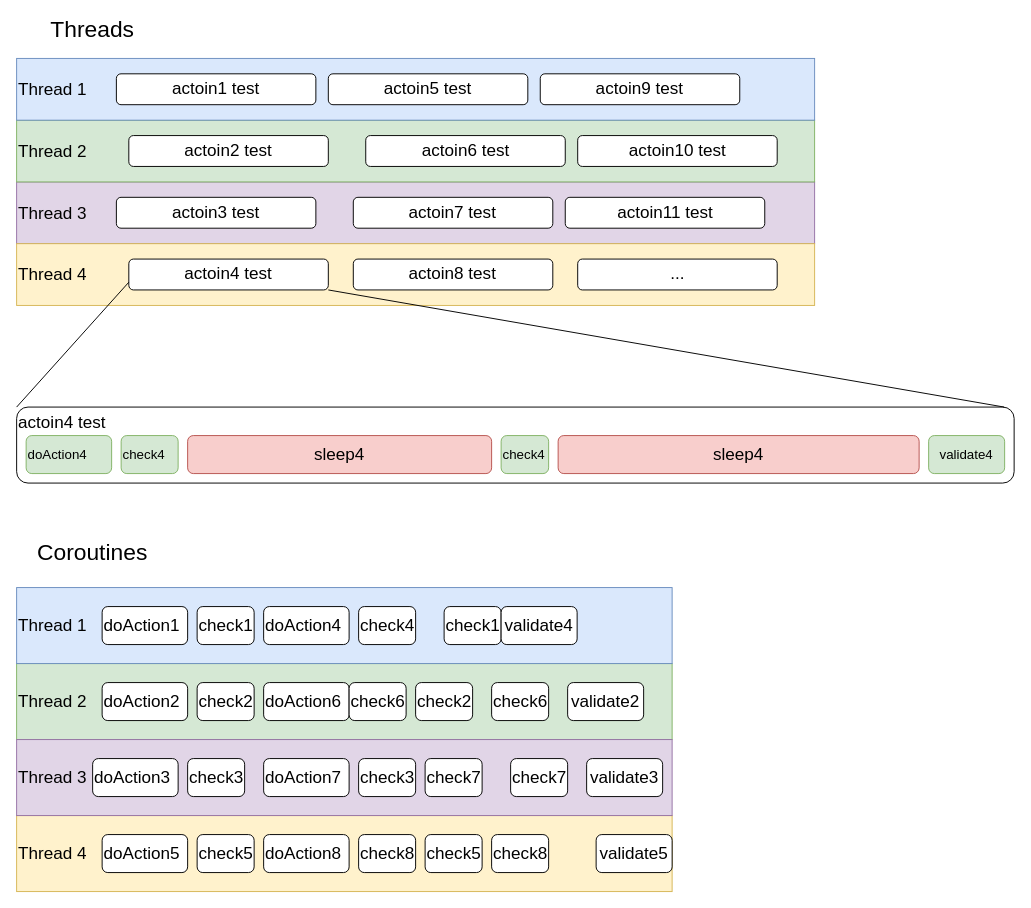
Before: page "threads" (1 of 2) of docs/thread-test.drawio in ru-fix/corounit, a draw.io diagram. Source tidied: cells renumbered, new cells numbered last; positions are measured from the earlier drawing's top-left corner, leaving out a move shared by most shapes. Both pictures are drawn from the tidied source at 95%, with x=0, y=0 at pixel (16, 20).
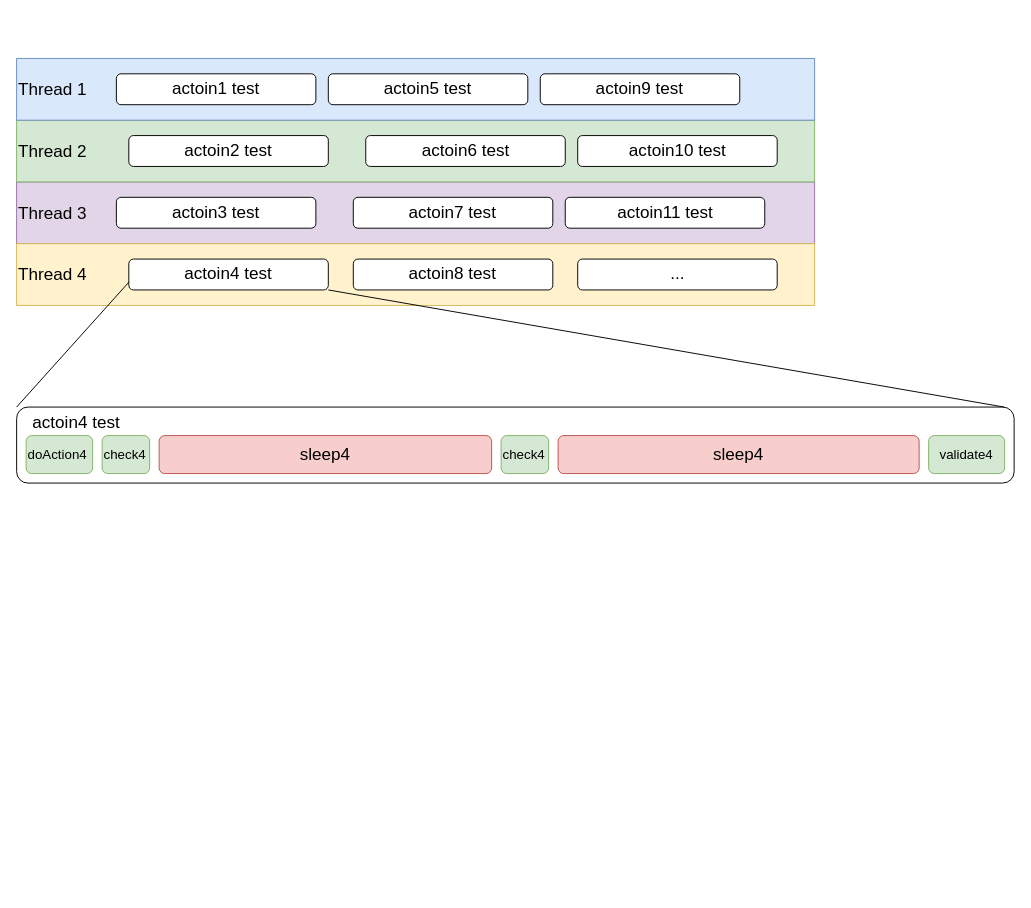
The same page after the edit.

What changed in the source:
```diff
@@
-    <mxCell id="2" value="actoin4 test" style="rounded=1;whiteSpace=wrap;html=1;fontSize=18;align=left;verticalAlign=top;" parent="1" vertex="1">
+    <mxCell id="2" value="&amp;nbsp; &amp;nbsp;actoin4 test" style="rounded=1;whiteSpace=wrap;html=1;fontSize=18;align=left;verticalAlign=top;" parent="1" vertex="1">
       <mxGeometry y="407" width="1050" height="80" as="geometry" />
     </mxCell>
     <mxCell id="3" value="doAction4" style="rounded=1;whiteSpace=wrap;html=1;fontSize=14;align=left;fillColor=#d5e8d4;strokeColor=#82b366;" parent="1" vertex="1">
-      <mxGeometry x="10" y="437" width="90" height="40" as="geometry" />
+      <mxGeometry x="10" y="437" width="70" height="40" as="geometry" />
     </mxCell>
     <mxCell id="4" value="check4" style="rounded=1;whiteSpace=wrap;html=1;fontSize=14;align=left;fillColor=#d5e8d4;strokeColor=#82b366;" parent="1" vertex="1">
-      <mxGeometry x="110" y="437" width="60" height="40" as="geometry" />
+      <mxGeometry x="90" y="437" width="50" height="40" as="geometry" />
     </mxCell>
     <mxCell id="5" value="sleep4" style="rounded=1;whiteSpace=wrap;html=1;fontSize=18;align=center;fillColor=#f8cecc;strokeColor=#b85450;" parent="1" vertex="1">
-      <mxGeometry x="180" y="437" width="320" height="40" as="geometry" />
+      <mxGeometry x="150" y="437" width="350" height="40" as="geometry" />
     </mxCell>
@@
-    <mxCell id="9" style="group;" parent="1" vertex="1">
-      <mxGeometry y="597" width="950" height="320" as="geometry" />
-    </mxCell>
-    <mxCell id="10" style="group;" parent="9" vertex="1">
-      <mxGeometry width="690" height="320" as="geometry" />
-    </mxCell>
-    <mxCell id="11" value="Thread 4" style="rounded=0;whiteSpace=wrap;html=1;fontSize=18;align=left;fillColor=#fff2cc;strokeColor=#d6b656;" parent="10" vertex="1">
-      <mxGeometry y="240" width="690" height="80" as="geometry" />
-    </mxCell>
-    <mxCell id="12" value="Thread 2" style="rounded=0;whiteSpace=wrap;html=1;fontSize=18;align=left;fillColor=#d5e8d4;strokeColor=#82b366;" parent="10" vertex="1">
-      <mxGeometry y="80" width="690" height="80" as="geometry" />
-    </mxCell>
-    <mxCell id="13" value="Thread 1" style="rounded=0;whiteSpace=wrap;html=1;fontSize=18;align=left;fillColor=#dae8fc;strokeColor=#6c8ebf;" parent="10" vertex="1">
-      <mxGeometry width="690" height="80" as="geometry" />
-    </mxCell>
-    <mxCell id="14" value="validate5" style="rounded=1;whiteSpace=wrap;html=1;fontSize=18;align=center;" parent="10" vertex="1">
-      <mxGeometry x="610" y="260" width="80" height="40" as="geometry" />
-    </mxCell>
-    <mxCell id="15" value="doAction6" style="rounded=1;whiteSpace=wrap;html=1;fontSize=18;align=left;" parent="10" vertex="1">
-      <mxGeometry x="260" y="100" width="90" height="40" as="geometry" />
-    </mxCell>
-    <mxCell id="16" value="doAction8" style="rounded=1;whiteSpace=wrap;html=1;fontSize=18;align=left;" parent="10" vertex="1">
-      <mxGeometry x="260" y="260" width="90" height="40" as="geometry" />
-    </mxCell>
-    <mxCell id="17" value="check6" style="rounded=1;whiteSpace=wrap;html=1;fontSize=18;align=left;" parent="10" vertex="1">
-      <mxGeometry x="350" y="100" width="60" height="40" as="geometry" />
-    </mxCell>
-    <mxCell id="18" value="check8" style="rounded=1;whiteSpace=wrap;html=1;fontSize=18;align=left;" parent="10" vertex="1">
-      <mxGeometry x="360" y="260" width="60" height="40" as="geometry" />
-    </mxCell>
-    <mxCell id="19" value="check5" style="rounded=1;whiteSpace=wrap;html=1;fontSize=18;align=left;" parent="10" vertex="1">
-      <mxGeometry x="430" y="260" width="60" height="40" as="geometry" />
-    </mxCell>
-    <mxCell id="20" value="check8" style="rounded=1;whiteSpace=wrap;html=1;fontSize=18;align=left;" parent="10" vertex="1">
-      <mxGeometry x="500" y="260" width="60" height="40" as="geometry" />
-    </mxCell>
-    <mxCell id="21" value="check6" style="rounded=1;whiteSpace=wrap;html=1;fontSize=18;align=left;" parent="10" vertex="1">
-      <mxGeometry x="500" y="100" width="60" height="40" as="geometry" />
-    </mxCell>
-    <mxCell id="22" value="validate2" style="rounded=1;whiteSpace=wrap;html=1;fontSize=18;align=center;" parent="10" vertex="1">
-      <mxGeometry x="580" y="100" width="80" height="40" as="geometry" />
-    </mxCell>
-    <mxCell id="23" value="Thread 3" style="rounded=0;whiteSpace=wrap;html=1;fontSize=18;align=left;fillColor=#e1d5e7;strokeColor=#9673a6;" parent="9" vertex="1">
-      <mxGeometry y="160" width="690" height="80" as="geometry" />
-    </mxCell>
-    <mxCell id="24" value="doAction1" style="rounded=1;whiteSpace=wrap;html=1;fontSize=18;align=left;" parent="9" vertex="1">
-      <mxGeometry x="90" y="20" width="90" height="40" as="geometry" />
-    </mxCell>
-    <mxCell id="25" value="check1" style="rounded=1;whiteSpace=wrap;html=1;fontSize=18;align=left;" parent="9" vertex="1">
-      <mxGeometry x="190" y="20" width="60" height="40" as="geometry" />
-    </mxCell>
-    <mxCell id="26" value="check1" style="rounded=1;whiteSpace=wrap;html=1;fontSize=18;align=left;" parent="9" vertex="1">
-      <mxGeometry x="450" y="20" width="60" height="40" as="geometry" />
-    </mxCell>
-    <mxCell id="27" value="doAction4" style="rounded=1;whiteSpace=wrap;html=1;fontSize=18;align=left;" parent="9" vertex="1">
-      <mxGeometry x="260" y="20" width="90" height="40" as="geometry" />
-    </mxCell>
-    <mxCell id="28" value="check4" style="rounded=1;whiteSpace=wrap;html=1;fontSize=18;align=left;" parent="9" vertex="1">
-      <mxGeometry x="360" y="20" width="60" height="40" as="geometry" />
-    </mxCell>
-    <mxCell id="29" value="validate4" style="rounded=1;whiteSpace=wrap;html=1;fontSize=18;align=center;" parent="9" vertex="1">
-      <mxGeometry x="510" y="20" width="80" height="40" as="geometry" />
-    </mxCell>
-    <mxCell id="30" value="doAction2" style="rounded=1;whiteSpace=wrap;html=1;fontSize=18;align=left;" parent="9" vertex="1">
-      <mxGeometry x="90" y="100" width="90" height="40" as="geometry" />
-    </mxCell>
-    <mxCell id="31" value="doAction3" style="rounded=1;whiteSpace=wrap;html=1;fontSize=18;align=left;" parent="9" vertex="1">
-      <mxGeometry x="80" y="180" width="90" height="40" as="geometry" />
-    </mxCell>
-    <mxCell id="32" value="doAction5" style="rounded=1;whiteSpace=wrap;html=1;fontSize=18;align=left;" parent="9" vertex="1">
-      <mxGeometry x="90" y="260" width="90" height="40" as="geometry" />
-    </mxCell>
-    <mxCell id="33" value="check2" style="rounded=1;whiteSpace=wrap;html=1;fontSize=18;align=left;" parent="9" vertex="1">
-      <mxGeometry x="190" y="100" width="60" height="40" as="geometry" />
-    </mxCell>
-    <mxCell id="34" value="check3" style="rounded=1;whiteSpace=wrap;html=1;fontSize=18;align=left;" parent="9" vertex="1">
-      <mxGeometry x="180" y="180" width="60" height="40" as="geometry" />
-    </mxCell>
-    <mxCell id="35" value="check5" style="rounded=1;whiteSpace=wrap;html=1;fontSize=18;align=left;" parent="9" vertex="1">
-      <mxGeometry x="190" y="260" width="60" height="40" as="geometry" />
-    </mxCell>
-    <mxCell id="36" value="check2" style="rounded=1;whiteSpace=wrap;html=1;fontSize=18;align=left;" parent="9" vertex="1">
-      <mxGeometry x="420" y="100" width="60" height="40" as="geometry" />
-    </mxCell>
-    <mxCell id="37" value="check3" style="rounded=1;whiteSpace=wrap;html=1;fontSize=18;align=left;" parent="9" vertex="1">
-      <mxGeometry x="360" y="180" width="60" height="40" as="geometry" />
-    </mxCell>
-    <mxCell id="38" value="validate3" style="rounded=1;whiteSpace=wrap;html=1;fontSize=18;align=center;" parent="9" vertex="1">
-      <mxGeometry x="600" y="180" width="80" height="40" as="geometry" />
-    </mxCell>
-    <mxCell id="39" value="doAction7" style="rounded=1;whiteSpace=wrap;html=1;fontSize=18;align=left;" parent="9" vertex="1">
-      <mxGeometry x="260" y="180" width="90" height="40" as="geometry" />
-    </mxCell>
-    <mxCell id="40" value="check7" style="rounded=1;whiteSpace=wrap;html=1;fontSize=18;align=left;" parent="9" vertex="1">
-      <mxGeometry x="430" y="180" width="60" height="40" as="geometry" />
-    </mxCell>
-    <mxCell id="41" value="check7" style="rounded=1;whiteSpace=wrap;html=1;fontSize=18;align=left;" parent="9" vertex="1">
-      <mxGeometry x="520" y="180" width="60" height="40" as="geometry" />
-    </mxCell>
@@
-    <mxCell id="61" value="Coroutines" style="text;html=1;strokeColor=none;fillColor=none;align=center;verticalAlign=middle;whiteSpace=wrap;rounded=0;fontSize=24;" parent="1" vertex="1">
-      <mxGeometry y="550" width="160" height="20" as="geometry" />
-    </mxCell>
-    <mxCell id="62" value="Threads" style="text;html=1;strokeColor=none;fillColor=none;align=center;verticalAlign=middle;whiteSpace=wrap;rounded=0;fontSize=24;" parent="1" vertex="1">
-      <mxGeometry width="160" height="20" as="geometry" />
-    </mxCell>
```
